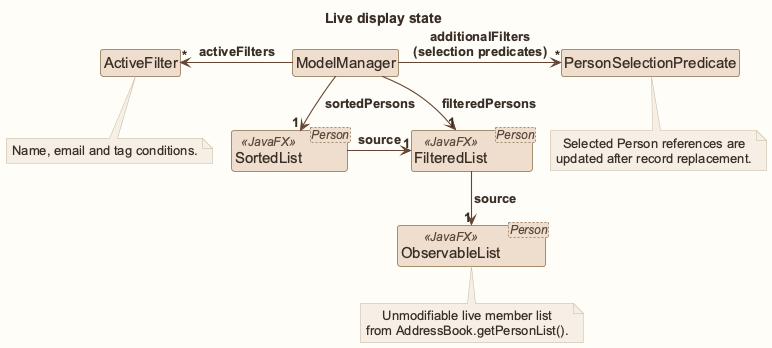
This is images/ModelViewDiagram.png from AY2627S1-CS2103T-W12-1/tp, a PlantUML export, as it was before one commit.
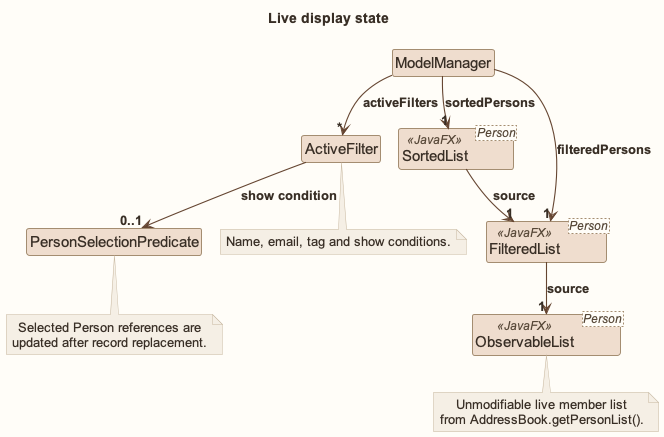
After the change.

Change to the diagram source:
```diff
@@ -15,13 +15,13 @@
 class "FilteredList<Person>" as Filtered <<JavaFX>>
 class "ObservableList<Person>" as Records <<JavaFX>>
 
-ModelManager -left-> "*" ActiveFilter : activeFilters
-ModelManager -right-> "*" PersonSelectionPredicate : additionalFilters\n(selection predicates)
-ModelManager -down-> "1" Sorted : sortedPersons
-ModelManager -down-> "1" Filtered : filteredPersons
-Sorted -right-> "1" Filtered : source
-Filtered -down-> "1" Records : source
+ModelManager --> "*" ActiveFilter : activeFilters
+ActiveFilter --> "0..1" PersonSelectionPredicate : show condition
+ModelManager --> "1" Sorted : sortedPersons
+ModelManager --> "1" Filtered : filteredPersons
+Sorted --> "1" Filtered : source
+Filtered --> "1" Records : source
 note bottom of Records: Unmodifiable live member list\nfrom AddressBook.getPersonList().
-note bottom of ActiveFilter: Name, email and tag conditions.
+note bottom of ActiveFilter: Name, email, tag and show conditions.
 note bottom of PersonSelectionPredicate: Selected Person references are\nupdated after record replacement.
 @enduml
```
